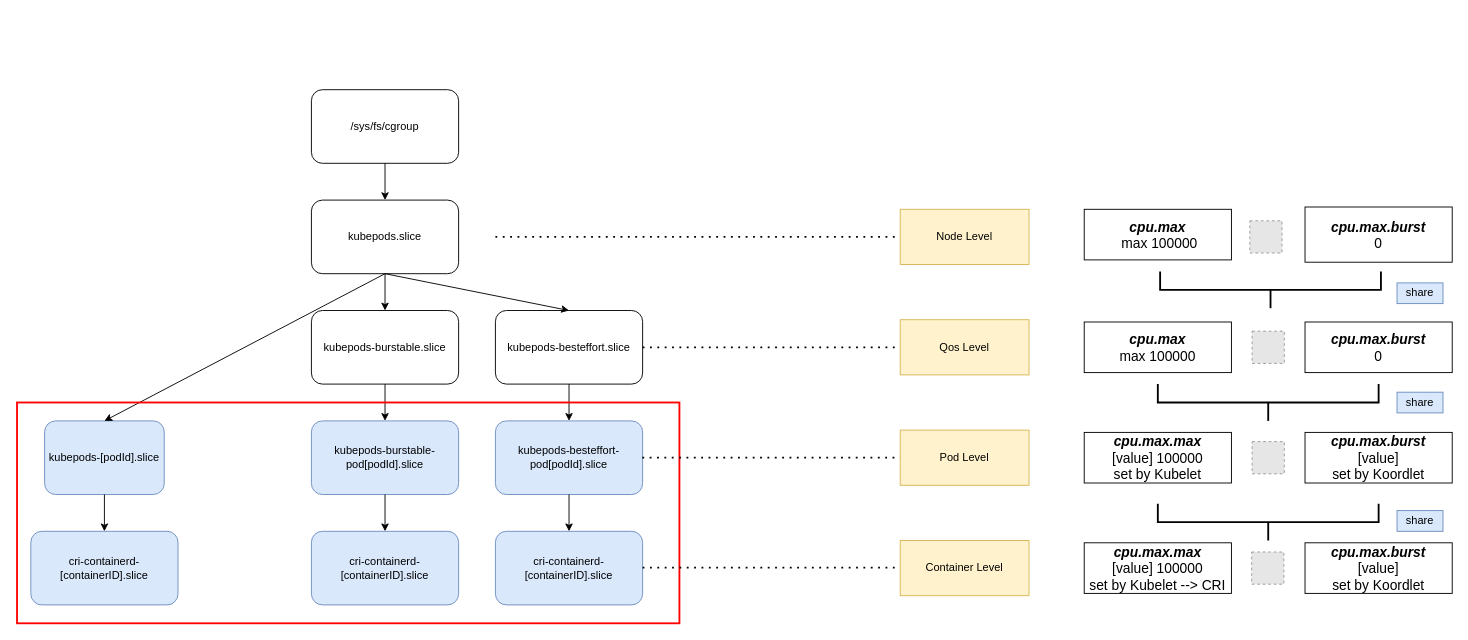
This is cgroup-hierarchy.drawio from YanshanSong/draw.io, a draw.io file, before an edit. Source tidied: cells renumbered, new cells numbered last; positions are measured from the earlier drawing's top-left corner, leaving out a move shared by most shapes. Both pictures are drawn from the tidied source at 92%, with x=0, y=0 at pixel (17, 89). Pictures stored in the file or linked from it are replaced by grey dashed boxes.
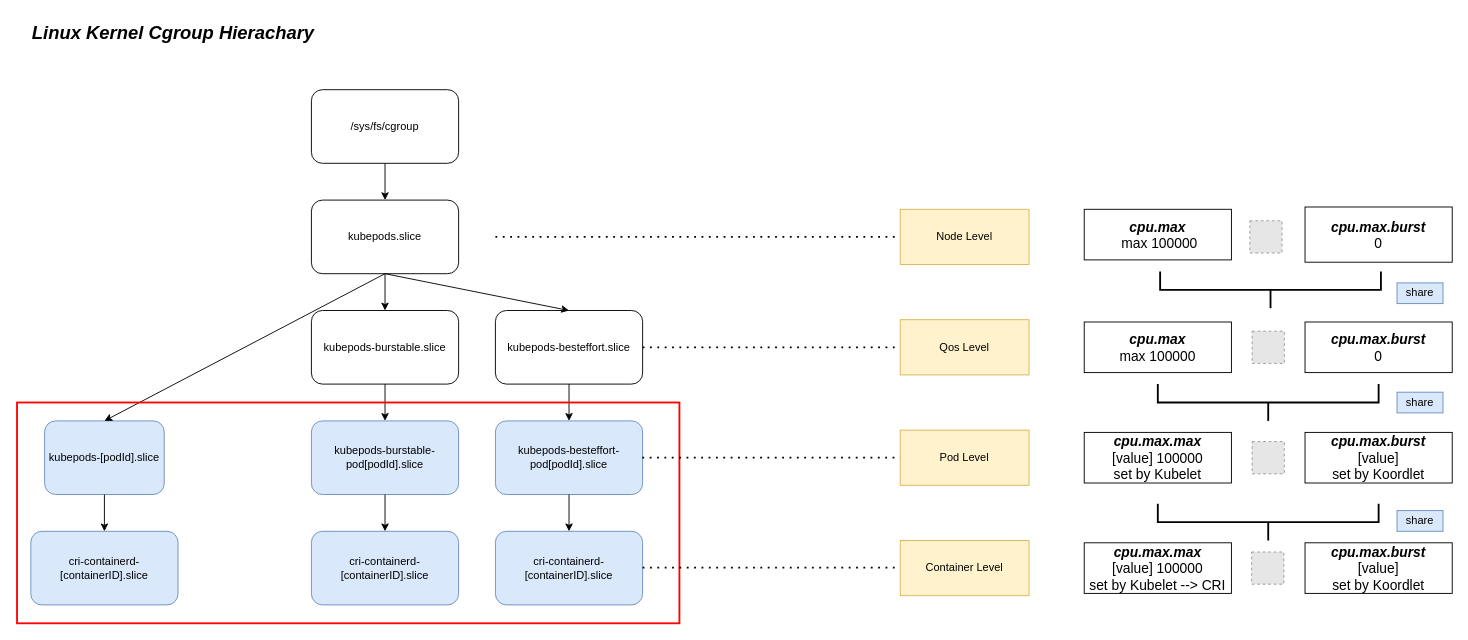
The same diagram, later.

What changed in the source:
```diff
@@
+    <mxCell id="48" value="&lt;b&gt;&lt;i&gt;&lt;font style=&quot;font-size: 20px;&quot;&gt;Linux Kernel Cgroup Hierachary&lt;br&gt;&lt;/font&gt;&lt;/i&gt;&lt;/b&gt;&lt;div&gt;&lt;br&gt;&lt;/div&gt;" style="text;html=1;align=center;verticalAlign=middle;whiteSpace=wrap;rounded=0;strokeColor=none;strokeWidth=2;" parent="1" vertex="1">
+      <mxGeometry y="-80" width="340" height="50" as="geometry" />
+    </mxCell>
```
